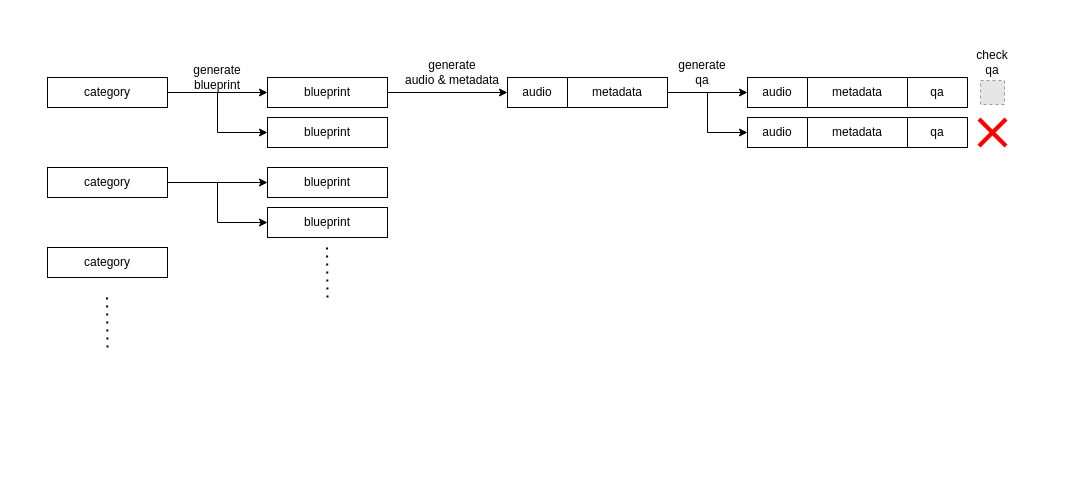
xrysamuel/my-drawio keeps this draw.io diagram as Drafts/speech-r1-pipeline.drawio. Above is the earlier version. Source tidied: cells renumbered, new cells numbered last; positions are measured from the earlier drawing's top-left corner, leaving out a move shared by most shapes. Both pictures are drawn from the tidied source at 100%, with x=0, y=0 at pixel (47, 47). Pictures stored in the file or linked from it are replaced by grey dashed boxes.
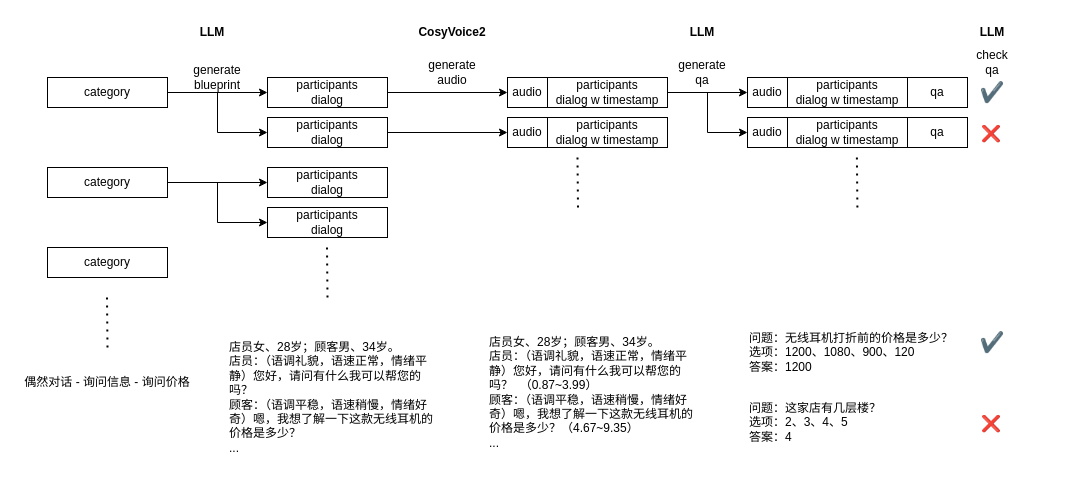
After the change.

What changed in the source:
```diff
@@
-    <mxCell id="3" value="blueprint" style="rounded=0;whiteSpace=wrap;html=1;" parent="1" vertex="1">
+    <mxCell id="3" value="participants&lt;div&gt;dialog&lt;/div&gt;" style="rounded=0;whiteSpace=wrap;html=1;" parent="1" vertex="1">
       <mxGeometry x="220" y="30" width="120" height="30" as="geometry" />
     </mxCell>
@@
     <mxCell id="8" value="audio" style="rounded=0;whiteSpace=wrap;html=1;" parent="1" vertex="1">
-      <mxGeometry x="460" y="30" width="60" height="30" as="geometry" />
+      <mxGeometry x="460" y="30" width="40" height="30" as="geometry" />
     </mxCell>
@@
+    <mxCell id="32" style="edgeStyle=orthogonalEdgeStyle;rounded=0;jettySize=auto;html=1;exitX=1;exitY=0.5;exitDx=0;exitDy=0;" parent="1" edge="1" source="13" target="38">
+      <mxGeometry relative="1" as="geometry" />
+    </mxCell>
-    <mxCell id="13" value="blueprint" style="rounded=0;whiteSpace=wrap;html=1;" parent="1" vertex="1">
+    <mxCell id="13" value="participants&lt;div&gt;dialog&lt;/div&gt;" style="rounded=0;whiteSpace=wrap;html=1;" parent="1" vertex="1">
       <mxGeometry x="220" y="70" width="120" height="30" as="geometry" />
     </mxCell>
-    <mxCell id="14" value="blueprint" style="rounded=0;whiteSpace=wrap;html=1;" parent="1" vertex="1">
+    <mxCell id="14" value="participants&lt;div&gt;dialog&lt;/div&gt;" style="rounded=0;whiteSpace=wrap;html=1;" parent="1" vertex="1">
       <mxGeometry x="220" y="120" width="120" height="30" as="geometry" />
     </mxCell>
-    <mxCell id="15" value="blueprint" style="rounded=0;whiteSpace=wrap;html=1;" parent="1" vertex="1">
+    <mxCell id="15" value="participants&lt;div&gt;dialog&lt;/div&gt;" style="rounded=0;whiteSpace=wrap;html=1;" parent="1" vertex="1">
       <mxGeometry x="220" y="160" width="120" height="30" as="geometry" />
     </mxCell>
@@
-    <mxCell id="20" value="metadata" style="rounded=0;whiteSpace=wrap;html=1;" parent="1" vertex="1">
-      <mxGeometry x="520" y="30" width="100" height="30" as="geometry" />
+    <mxCell id="20" value="participants&lt;div&gt;dialog w timestamp&lt;/div&gt;" style="rounded=0;whiteSpace=wrap;html=1;" parent="1" vertex="1">
+      <mxGeometry x="500" y="30" width="120" height="30" as="geometry" />
     </mxCell>
-    <mxCell id="21" value="generate&lt;div&gt;audio &amp;amp; metadata&lt;/div&gt;" style="text;html=1;align=center;verticalAlign=middle;whiteSpace=wrap;rounded=0;" parent="1" vertex="1">
+    <mxCell id="21" value="generate&lt;div&gt;audio&lt;/div&gt;" style="text;html=1;align=center;verticalAlign=middle;whiteSpace=wrap;rounded=0;" parent="1" vertex="1">
       <mxGeometry x="350" y="10" width="110" height="30" as="geometry" />
     </mxCell>
     <mxCell id="22" value="audio" style="rounded=0;whiteSpace=wrap;html=1;" parent="1" vertex="1">
-      <mxGeometry x="700" y="30" width="60" height="30" as="geometry" />
+      <mxGeometry x="700" y="30" width="40" height="30" as="geometry" />
     </mxCell>
-    <mxCell id="23" value="metadata" style="rounded=0;whiteSpace=wrap;html=1;" parent="1" vertex="1">
-      <mxGeometry x="760" y="30" width="100" height="30" as="geometry" />
+    <mxCell id="23" value="participants&lt;div&gt;dialog w timestamp&lt;/div&gt;" style="rounded=0;whiteSpace=wrap;html=1;" parent="1" vertex="1">
+      <mxGeometry x="740" y="30" width="120" height="30" as="geometry" />
     </mxCell>
@@
     <mxCell id="26" value="audio" style="rounded=0;whiteSpace=wrap;html=1;" parent="1" vertex="1">
-      <mxGeometry x="700" y="70" width="60" height="30" as="geometry" />
+      <mxGeometry x="700" y="70" width="40" height="30" as="geometry" />
     </mxCell>
-    <mxCell id="27" value="metadata" style="rounded=0;whiteSpace=wrap;html=1;" parent="1" vertex="1">
-      <mxGeometry x="760" y="70" width="100" height="30" as="geometry" />
+    <mxCell id="27" value="participants&lt;div&gt;dialog w timestamp&lt;/div&gt;" style="rounded=0;whiteSpace=wrap;html=1;" parent="1" vertex="1">
+      <mxGeometry x="740" y="70" width="120" height="30" as="geometry" />
     </mxCell>
@@
-    <mxCell id="29" style="fillColor=#E6E6E6;strokeColor=#999999;dashed=1;html=1;verticalAlign=top;verticalLabelPosition=bottom;labelBackgroundColor=#ffffff;" parent="1" vertex="1">
-      <mxGeometry x="933" y="33" width="24" height="24" as="geometry" />
-    </mxCell>
-    <mxCell id="30" style="shape=mxgraph.mockup.markup.redX;fillColor=#ff0000;html=1;shadow=0;whiteSpace=wrap;strokeColor=none;" parent="1" vertex="1">
-      <mxGeometry x="930" y="70" width="30" height="30" as="geometry" />
-    </mxCell>
@@
+    <mxCell id="33" value="&lt;b&gt;LLM&lt;/b&gt;" style="text;html=1;align=center;verticalAlign=middle;whiteSpace=wrap;rounded=0;" parent="1" vertex="1">
+      <mxGeometry x="110" y="-30" width="110" height="30" as="geometry" />
+    </mxCell>
+    <mxCell id="34" value="&lt;b&gt;CosyVoice2&lt;/b&gt;" style="text;html=1;align=center;verticalAlign=middle;whiteSpace=wrap;rounded=0;" parent="1" vertex="1">
+      <mxGeometry x="350" y="-30" width="110" height="30" as="geometry" />
+    </mxCell>
+    <mxCell id="35" value="&lt;b&gt;LLM&lt;/b&gt;" style="text;html=1;align=center;verticalAlign=middle;whiteSpace=wrap;rounded=0;" parent="1" vertex="1">
+      <mxGeometry x="600" y="-30" width="110" height="30" as="geometry" />
+    </mxCell>
+    <mxCell id="36" value="&lt;b&gt;LLM&lt;/b&gt;" style="text;html=1;align=center;verticalAlign=middle;whiteSpace=wrap;rounded=0;" parent="1" vertex="1">
+      <mxGeometry x="890" y="-30" width="110" height="30" as="geometry" />
+    </mxCell>
+    <mxCell id="37" style="endArrow=none;dashed=1;html=1;dashPattern=1 3;strokeWidth=2;rounded=0;" parent="1" edge="1">
+      <mxGeometry relative="1" as="geometry">
+        <mxPoint x="530.5" y="160" as="sourcePoint" />
+        <mxPoint x="530" y="110" as="targetPoint" />
+      </mxGeometry>
+    </mxCell>
+    <mxCell id="38" value="audio" style="rounded=0;whiteSpace=wrap;html=1;" parent="1" vertex="1">
+      <mxGeometry x="460" y="70" width="40" height="30" as="geometry" />
+    </mxCell>
+    <mxCell id="39" value="participants&lt;div&gt;dialog w timestamp&lt;/div&gt;" style="rounded=0;whiteSpace=wrap;html=1;" parent="1" vertex="1">
+      <mxGeometry x="500" y="70" width="120" height="30" as="geometry" />
+    </mxCell>
+    <mxCell id="40" style="endArrow=none;dashed=1;html=1;dashPattern=1 3;strokeWidth=2;rounded=0;" parent="1" edge="1">
+      <mxGeometry relative="1" as="geometry">
+        <mxPoint x="809.9" y="160" as="sourcePoint" />
+        <mxPoint x="809.4" y="110" as="targetPoint" />
+      </mxGeometry>
+    </mxCell>
+    <mxCell id="41" value="偶然对话 - 询问信息 - 询问价格" style="text;html=1;align=center;verticalAlign=middle;whiteSpace=wrap;rounded=0;" parent="1" vertex="1">
+      <mxGeometry x="-30" y="320" width="180" height="30" as="geometry" />
+    </mxCell>
+    <mxCell id="42" value="&lt;div&gt;店员女、28岁；顾客男、34岁。&lt;/div&gt;店员：（语调礼貌，语速正常，情绪平静）您好，请问有什么我可以帮您的吗？&lt;div&gt;顾客：（语调平稳，语速稍慢，情绪好奇）嗯，我想了解一下这款无线耳机的价格是多少？&lt;/div&gt;&lt;div&gt;...&lt;/div&gt;" style="text;html=1;align=left;verticalAlign=middle;whiteSpace=wrap;rounded=0;" parent="1" vertex="1">
+      <mxGeometry x="180" y="280" width="210" height="140" as="geometry" />
+    </mxCell>
+    <mxCell id="43" value="&lt;div&gt;店员女、28岁；顾客男、34岁。&lt;/div&gt;店员：（语调礼貌，语速正常，情绪平静）您好，请问有什么我可以帮您的吗？&amp;nbsp; （0.87~3.99）&lt;div&gt;顾客：（语调平稳，语速稍慢，情绪好奇）嗯，我想了解一下这款无线耳机的价格是多少？（4.67~9.35）&lt;/div&gt;&lt;div&gt;...&lt;/div&gt;" style="text;html=1;align=left;verticalAlign=middle;whiteSpace=wrap;rounded=0;" parent="1" vertex="1">
+      <mxGeometry x="440" y="280" width="210" height="130" as="geometry" />
+    </mxCell>
+    <mxCell id="44" value="问题：无线耳机打折前的价格是多少？&lt;div&gt;选项：1200、1080、900、120&lt;/div&gt;&lt;div&gt;答案：1200&lt;/div&gt;" style="text;html=1;align=left;verticalAlign=middle;whiteSpace=wrap;rounded=0;" parent="1" vertex="1">
+      <mxGeometry x="700" y="280" width="210" height="50" as="geometry" />
+    </mxCell>
+    <mxCell id="45" value="问题：这家店有几层楼？&lt;div&gt;选项：2、3、4、5&lt;/div&gt;&lt;div&gt;答案：4&lt;/div&gt;" style="text;html=1;align=left;verticalAlign=middle;whiteSpace=wrap;rounded=0;" parent="1" vertex="1">
+      <mxGeometry x="700" y="350" width="210" height="50" as="geometry" />
+    </mxCell>
+    <mxCell id="46" value="&lt;h2 style=&quot;box-sizing: border-box; padding: 1rem; margin: 0px; outline: 0px; line-height: 22px; font-size: 16px; border-bottom: 1px solid var(--bd_01); position: relative; color: rgb(63, 66, 87); font-family: -apple-system, BlinkMacSystemFont, &amp;quot;Segoe UI&amp;quot;, Roboto, &amp;quot;Helvetica Neue&amp;quot;, Arial, &amp;quot;Noto Sans&amp;quot;, sans-serif, &amp;quot;Apple Color Emoji&amp;quot;, &amp;quot;Segoe UI Emoji&amp;quot;, &amp;quot;Segoe UI Symbol&amp;quot;, &amp;quot;Noto Color Emoji&amp;quot;; text-align: start;&quot; class=&quot;&quot;&gt;&lt;span style=&quot;box-sizing: border-box; padding: 0px; margin: 0px 2px 0px 0px; outline: 0px; display: inline-flex; font-weight: 400; font-family: var(--font-emoji); direction: initial; align-items: center; justify-content: center; min-width: 1.5em;&quot; class=&quot;emoji_font line&quot;&gt;❌&lt;/span&gt;&lt;/h2&gt;" style="text;html=1;align=center;verticalAlign=middle;whiteSpace=wrap;rounded=0;" parent="1" vertex="1">
+      <mxGeometry x="930" y="70" width="30" height="30" as="geometry" />
+    </mxCell>
+    <mxCell id="47" value="&lt;h2 style=&quot;box-sizing: border-box; padding: 1rem; margin: 0px; outline: 0px; line-height: 22px; font-size: 16px; border-bottom: 1px solid var(--bd_01); position: relative; color: rgb(63, 66, 87); font-family: -apple-system, BlinkMacSystemFont, &amp;quot;Segoe UI&amp;quot;, Roboto, &amp;quot;Helvetica Neue&amp;quot;, Arial, &amp;quot;Noto Sans&amp;quot;, sans-serif, &amp;quot;Apple Color Emoji&amp;quot;, &amp;quot;Segoe UI Emoji&amp;quot;, &amp;quot;Segoe UI Symbol&amp;quot;, &amp;quot;Noto Color Emoji&amp;quot;; text-align: start;&quot; class=&quot;&quot;&gt;&lt;span style=&quot;color: rgb(17, 17, 17); font-family: Arial, Helvetica, sans-serif; font-size: 20px; font-weight: 400; background-color: rgb(255, 255, 255);&quot;&gt;✔️&lt;/span&gt;&lt;/h2&gt;" style="text;html=1;align=center;verticalAlign=middle;whiteSpace=wrap;rounded=0;" parent="1" vertex="1">
+      <mxGeometry x="930" y="30" width="30" height="30" as="geometry" />
+    </mxCell>
+    <mxCell id="48" value="&lt;h2 style=&quot;box-sizing: border-box; padding: 1rem; margin: 0px; outline: 0px; line-height: 22px; font-size: 16px; border-bottom: 1px solid var(--bd_01); position: relative; color: rgb(63, 66, 87); font-family: -apple-system, BlinkMacSystemFont, &amp;quot;Segoe UI&amp;quot;, Roboto, &amp;quot;Helvetica Neue&amp;quot;, Arial, &amp;quot;Noto Sans&amp;quot;, sans-serif, &amp;quot;Apple Color Emoji&amp;quot;, &amp;quot;Segoe UI Emoji&amp;quot;, &amp;quot;Segoe UI Symbol&amp;quot;, &amp;quot;Noto Color Emoji&amp;quot;; text-align: start;&quot; class=&quot;&quot;&gt;&lt;span style=&quot;color: rgb(17, 17, 17); font-family: Arial, Helvetica, sans-serif; font-size: 20px; font-weight: 400; background-color: rgb(255, 255, 255);&quot;&gt;✔️&lt;/span&gt;&lt;/h2&gt;" style="text;html=1;align=center;verticalAlign=middle;whiteSpace=wrap;rounded=0;" parent="1" vertex="1">
+      <mxGeometry x="930" y="280" width="30" height="30" as="geometry" />
+    </mxCell>
+    <mxCell id="49" value="&lt;h2 style=&quot;box-sizing: border-box; padding: 1rem; margin: 0px; outline: 0px; line-height: 22px; font-size: 16px; border-bottom: 1px solid var(--bd_01); position: relative; color: rgb(63, 66, 87); font-family: -apple-system, BlinkMacSystemFont, &amp;quot;Segoe UI&amp;quot;, Roboto, &amp;quot;Helvetica Neue&amp;quot;, Arial, &amp;quot;Noto Sans&amp;quot;, sans-serif, &amp;quot;Apple Color Emoji&amp;quot;, &amp;quot;Segoe UI Emoji&amp;quot;, &amp;quot;Segoe UI Symbol&amp;quot;, &amp;quot;Noto Color Emoji&amp;quot;; text-align: start;&quot; class=&quot;&quot;&gt;&lt;span style=&quot;box-sizing: border-box; padding: 0px; margin: 0px 2px 0px 0px; outline: 0px; display: inline-flex; font-weight: 400; font-family: var(--font-emoji); direction: initial; align-items: center; justify-content: center; min-width: 1.5em;&quot; class=&quot;emoji_font line&quot;&gt;❌&lt;/span&gt;&lt;/h2&gt;" style="text;html=1;align=center;verticalAlign=middle;whiteSpace=wrap;rounded=0;" parent="1" vertex="1">
+      <mxGeometry x="930" y="360" width="30" height="30" as="geometry" />
+    </mxCell>
```
